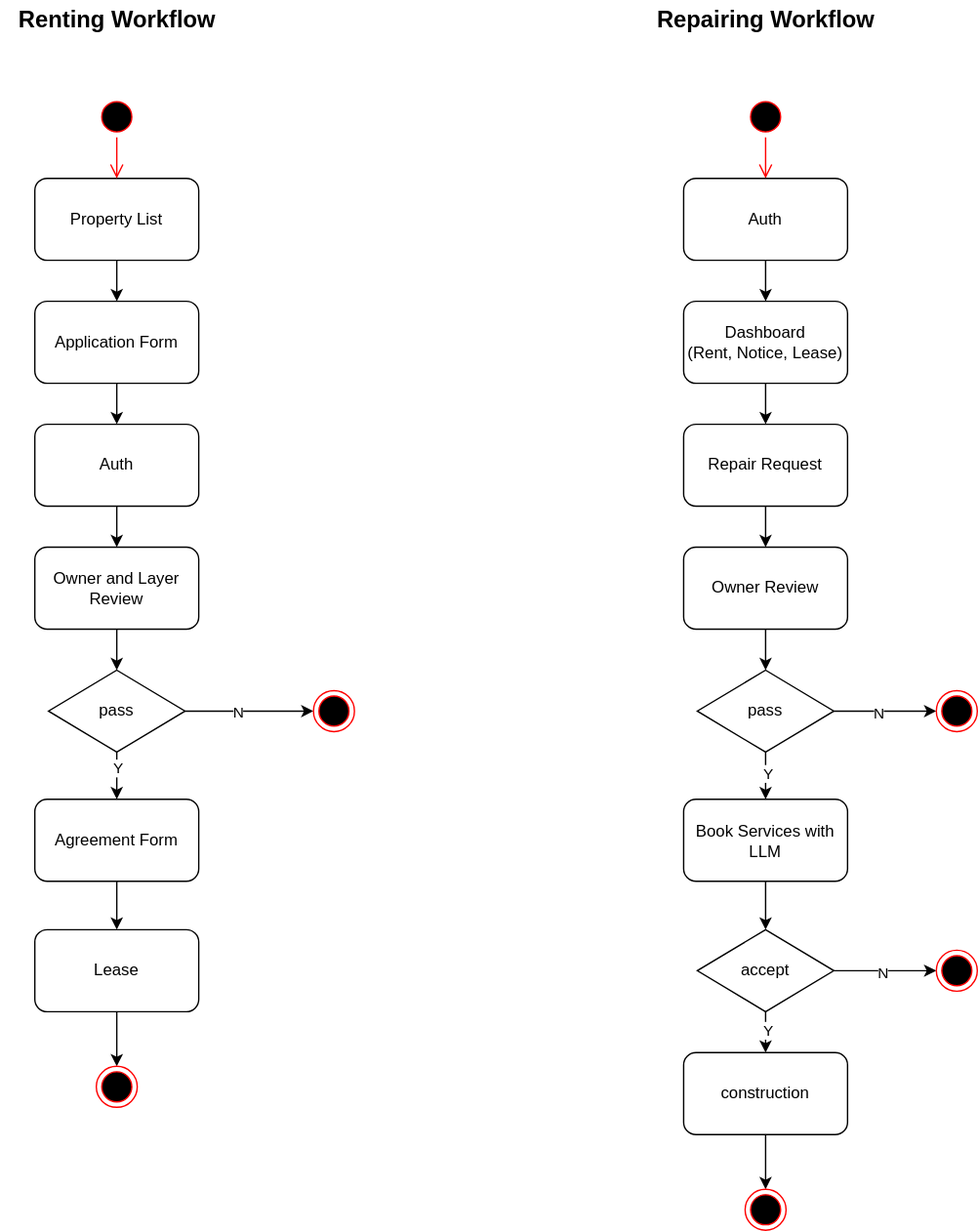
This is docs/workflow.svg from enpyth/Jadsgroup, a draw.io export, as it was before one commit. Source tidied: cells renumbered, new cells last; positions are measured from the earlier drawing's top-left corner, leaving out a move shared by most shapes. The source it was exported from:
```xml
<mxGraphModel>
  <root>
    <mxCell id="0" />
    <mxCell id="1" parent="0" />
    <mxCell id="2" style="edgeStyle=orthogonalEdgeStyle;rounded=0;jettySize=auto;html=1;" parent="1" edge="1" source="3" target="5">
      <mxGeometry relative="1" as="geometry" />
    </mxCell>
    <mxCell id="3" value="Property List" style="rounded=1;whiteSpace=wrap;html=1;" parent="1" vertex="1">
      <mxGeometry x="25" y="130" width="120" height="60" as="geometry" />
    </mxCell>
    <mxCell id="4" style="edgeStyle=orthogonalEdgeStyle;rounded=0;jettySize=auto;html=1;" parent="1" edge="1" source="5" target="7">
      <mxGeometry relative="1" as="geometry" />
    </mxCell>
    <mxCell id="5" value="Application Form" style="rounded=1;whiteSpace=wrap;html=1;" parent="1" vertex="1">
      <mxGeometry x="25" y="220" width="120" height="60" as="geometry" />
    </mxCell>
    <mxCell id="6" style="edgeStyle=orthogonalEdgeStyle;rounded=0;jettySize=auto;html=1;" parent="1" edge="1" source="7" target="9">
      <mxGeometry relative="1" as="geometry" />
    </mxCell>
    <mxCell id="7" value="Auth" style="rounded=1;whiteSpace=wrap;html=1;" parent="1" vertex="1">
      <mxGeometry x="25" y="310" width="120" height="60" as="geometry" />
    </mxCell>
    <mxCell id="8" style="edgeStyle=orthogonalEdgeStyle;rounded=0;jettySize=auto;html=1;" parent="1" edge="1" source="9" target="14">
      <mxGeometry relative="1" as="geometry" />
    </mxCell>
    <mxCell id="9" value="Owner and Layer Review" style="rounded=1;whiteSpace=wrap;html=1;" parent="1" vertex="1">
      <mxGeometry x="25" y="400" width="120" height="60" as="geometry" />
    </mxCell>
    <mxCell id="10" style="edgeStyle=orthogonalEdgeStyle;rounded=0;jettySize=auto;html=1;" parent="1" edge="1" source="14" target="16">
      <mxGeometry relative="1" as="geometry" />
    </mxCell>
    <mxCell id="11" value="Y" style="edgeLabel;html=1;align=center;verticalAlign=middle;" parent="10" vertex="1">
      <mxGeometry x="-0.52" relative="1" as="geometry" />
    </mxCell>
    <mxCell id="12" style="edgeStyle=orthogonalEdgeStyle;rounded=0;jettySize=auto;html=1;" parent="1" edge="1" source="14" target="19">
      <mxGeometry relative="1" as="geometry" />
    </mxCell>
    <mxCell id="13" value="N" style="edgeLabel;html=1;align=center;verticalAlign=middle;" parent="12" vertex="1">
      <mxGeometry x="-0.17" relative="1" as="geometry" />
    </mxCell>
    <mxCell id="14" value="pass" style="rhombus;whiteSpace=wrap;html=1;" parent="1" vertex="1">
      <mxGeometry x="35" y="490" width="100" height="60" as="geometry" />
    </mxCell>
    <mxCell id="15" style="edgeStyle=orthogonalEdgeStyle;rounded=0;jettySize=auto;html=1;" parent="1" edge="1" source="16" target="18">
      <mxGeometry relative="1" as="geometry" />
    </mxCell>
    <mxCell id="16" value="Agreement Form" style="rounded=1;whiteSpace=wrap;html=1;" parent="1" vertex="1">
      <mxGeometry x="25" y="584.5" width="120" height="60" as="geometry" />
    </mxCell>
    <mxCell id="17" style="edgeStyle=orthogonalEdgeStyle;rounded=0;jettySize=auto;html=1;" parent="1" edge="1" source="18" target="22">
      <mxGeometry relative="1" as="geometry" />
    </mxCell>
    <mxCell id="18" value="Lease" style="rounded=1;whiteSpace=wrap;html=1;" parent="1" vertex="1">
      <mxGeometry x="25" y="680" width="120" height="60" as="geometry" />
    </mxCell>
    <mxCell id="19" style="ellipse;html=1;shape=endState;fillColor=#000000;strokeColor=#ff0000;" parent="1" vertex="1">
      <mxGeometry x="229" y="505" width="30" height="30" as="geometry" />
    </mxCell>
    <mxCell id="20" style="ellipse;html=1;shape=startState;fillColor=#000000;strokeColor=#ff0000;" parent="1" vertex="1">
      <mxGeometry x="70" y="70" width="30" height="30" as="geometry" />
    </mxCell>
    <mxCell id="21" style="edgeStyle=orthogonalEdgeStyle;html=1;verticalAlign=bottom;endArrow=open;endSize=8;strokeColor=#ff0000;rounded=0;entryX=0.5;entryY=0;entryDx=0;entryDy=0;" parent="1" edge="1" source="20" target="3">
      <mxGeometry relative="1" as="geometry" />
    </mxCell>
    <mxCell id="22" style="ellipse;html=1;shape=endState;fillColor=#000000;strokeColor=#ff0000;" parent="1" vertex="1">
      <mxGeometry x="70" y="780" width="30" height="30" as="geometry" />
    </mxCell>
    <mxCell id="23" style="ellipse;html=1;shape=startState;fillColor=#000000;strokeColor=#ff0000;" parent="1" vertex="1">
      <mxGeometry x="545" y="70" width="30" height="30" as="geometry" />
    </mxCell>
    <mxCell id="24" style="edgeStyle=orthogonalEdgeStyle;html=1;verticalAlign=bottom;endArrow=open;endSize=8;strokeColor=#ff0000;rounded=0;entryX=0.5;entryY=0;entryDx=0;entryDy=0;" parent="1" edge="1" source="23" target="26">
      <mxGeometry relative="1" as="geometry" />
    </mxCell>
    <mxCell id="25" style="edgeStyle=orthogonalEdgeStyle;rounded=0;jettySize=auto;html=1;" parent="1" edge="1" source="26" target="28">
      <mxGeometry relative="1" as="geometry" />
    </mxCell>
    <mxCell id="26" value="Auth" style="rounded=1;whiteSpace=wrap;html=1;" parent="1" vertex="1">
      <mxGeometry x="500" y="130" width="120" height="60" as="geometry" />
    </mxCell>
    <mxCell id="27" style="edgeStyle=orthogonalEdgeStyle;rounded=0;jettySize=auto;html=1;" parent="1" edge="1" source="28" target="30">
      <mxGeometry relative="1" as="geometry" />
    </mxCell>
    <mxCell id="28" value="Dashboard&lt;br&gt;(Rent, Notice, Lease)" style="rounded=1;whiteSpace=wrap;html=1;" parent="1" vertex="1">
      <mxGeometry x="500" y="220" width="120" height="60" as="geometry" />
    </mxCell>
    <mxCell id="29" style="edgeStyle=orthogonalEdgeStyle;rounded=0;jettySize=auto;html=1;" parent="1" edge="1" source="30" target="32">
      <mxGeometry relative="1" as="geometry" />
    </mxCell>
    <mxCell id="30" value="Repair Request" style="rounded=1;whiteSpace=wrap;html=1;" parent="1" vertex="1">
      <mxGeometry x="500" y="310" width="120" height="60" as="geometry" />
    </mxCell>
    <mxCell id="31" style="edgeStyle=orthogonalEdgeStyle;rounded=0;jettySize=auto;html=1;" parent="1" edge="1" source="32" target="37">
      <mxGeometry relative="1" as="geometry" />
    </mxCell>
    <mxCell id="32" value="Owner Review" style="rounded=1;whiteSpace=wrap;html=1;" parent="1" vertex="1">
      <mxGeometry x="500" y="400" width="120" height="60" as="geometry" />
    </mxCell>
    <mxCell id="33" style="edgeStyle=orthogonalEdgeStyle;rounded=0;jettySize=auto;html=1;" parent="1" edge="1" source="37" target="38">
      <mxGeometry relative="1" as="geometry" />
    </mxCell>
    <mxCell id="34" value="N" style="edgeLabel;html=1;align=center;verticalAlign=middle;" parent="33" vertex="1">
      <mxGeometry x="-0.12" relative="1" as="geometry">
        <mxPoint y="1" as="offset" />
      </mxGeometry>
    </mxCell>
    <mxCell id="35" style="edgeStyle=orthogonalEdgeStyle;rounded=0;jettySize=auto;html=1;" parent="1" edge="1" source="37" target="40">
      <mxGeometry relative="1" as="geometry" />
    </mxCell>
    <mxCell id="36" value="Y" style="edgeLabel;html=1;align=center;verticalAlign=middle;" parent="35" vertex="1">
      <mxGeometry x="-0.37" y="1" relative="1" as="geometry" />
    </mxCell>
    <mxCell id="37" value="pass" style="rhombus;whiteSpace=wrap;html=1;" parent="1" vertex="1">
      <mxGeometry x="510" y="490" width="100" height="60" as="geometry" />
    </mxCell>
    <mxCell id="38" style="ellipse;html=1;shape=endState;fillColor=#000000;strokeColor=#ff0000;" parent="1" vertex="1">
      <mxGeometry x="685" y="505" width="30" height="30" as="geometry" />
    </mxCell>
    <mxCell id="39" style="edgeStyle=orthogonalEdgeStyle;rounded=0;jettySize=auto;html=1;" parent="1" edge="1" source="40" target="45">
      <mxGeometry relative="1" as="geometry" />
    </mxCell>
    <mxCell id="40" value="Book Services with LLM" style="rounded=1;whiteSpace=wrap;html=1;" parent="1" vertex="1">
      <mxGeometry x="500" y="584.5" width="120" height="60" as="geometry" />
    </mxCell>
    <mxCell id="41" style="edgeStyle=orthogonalEdgeStyle;rounded=0;jettySize=auto;html=1;" parent="1" edge="1" source="45" target="46">
      <mxGeometry relative="1" as="geometry" />
    </mxCell>
    <mxCell id="42" value="N" style="edgeLabel;html=1;align=center;verticalAlign=middle;" parent="41" vertex="1">
      <mxGeometry x="-0.07" relative="1" as="geometry">
        <mxPoint y="1" as="offset" />
      </mxGeometry>
    </mxCell>
    <mxCell id="43" style="edgeStyle=orthogonalEdgeStyle;rounded=0;jettySize=auto;html=1;" parent="1" edge="1" source="45" target="48">
      <mxGeometry relative="1" as="geometry" />
    </mxCell>
    <mxCell id="44" value="Y" style="edgeLabel;html=1;align=center;verticalAlign=middle;" parent="43" vertex="1">
      <mxGeometry x="0.33" y="1" relative="1" as="geometry" />
    </mxCell>
    <mxCell id="45" value="accept" style="rhombus;whiteSpace=wrap;html=1;" parent="1" vertex="1">
      <mxGeometry x="510" y="680" width="100" height="60" as="geometry" />
    </mxCell>
    <mxCell id="46" style="ellipse;html=1;shape=endState;fillColor=#000000;strokeColor=#ff0000;" parent="1" vertex="1">
      <mxGeometry x="685" y="695" width="30" height="30" as="geometry" />
    </mxCell>
    <mxCell id="47" style="edgeStyle=orthogonalEdgeStyle;rounded=0;jettySize=auto;html=1;" parent="1" edge="1" source="48" target="49">
      <mxGeometry relative="1" as="geometry" />
    </mxCell>
    <mxCell id="48" value="construction" style="rounded=1;whiteSpace=wrap;html=1;" parent="1" vertex="1">
      <mxGeometry x="500" y="770" width="120" height="60" as="geometry" />
    </mxCell>
    <mxCell id="49" style="ellipse;html=1;shape=endState;fillColor=#000000;strokeColor=#ff0000;" parent="1" vertex="1">
      <mxGeometry x="545" y="870" width="30" height="30" as="geometry" />
    </mxCell>
    <mxCell id="50" value="&lt;font style=&quot;font-size: 17px;&quot;&gt;&lt;b&gt;Renting Workflow&lt;/b&gt;&lt;/font&gt;" style="text;html=1;align=center;verticalAlign=middle;strokeColor=none;fillColor=none;" parent="1" vertex="1">
      <mxGeometry width="170" height="30" as="geometry" />
    </mxCell>
    <mxCell id="51" value="&lt;font style=&quot;font-size: 17px;&quot;&gt;&lt;b&gt;Repairing Workflow&lt;/b&gt;&lt;/font&gt;" style="text;html=1;align=center;verticalAlign=middle;strokeColor=none;fillColor=none;" parent="1" vertex="1">
      <mxGeometry x="470" width="180" height="30" as="geometry" />
    </mxCell>
  </root>
</mxGraphModel>
```
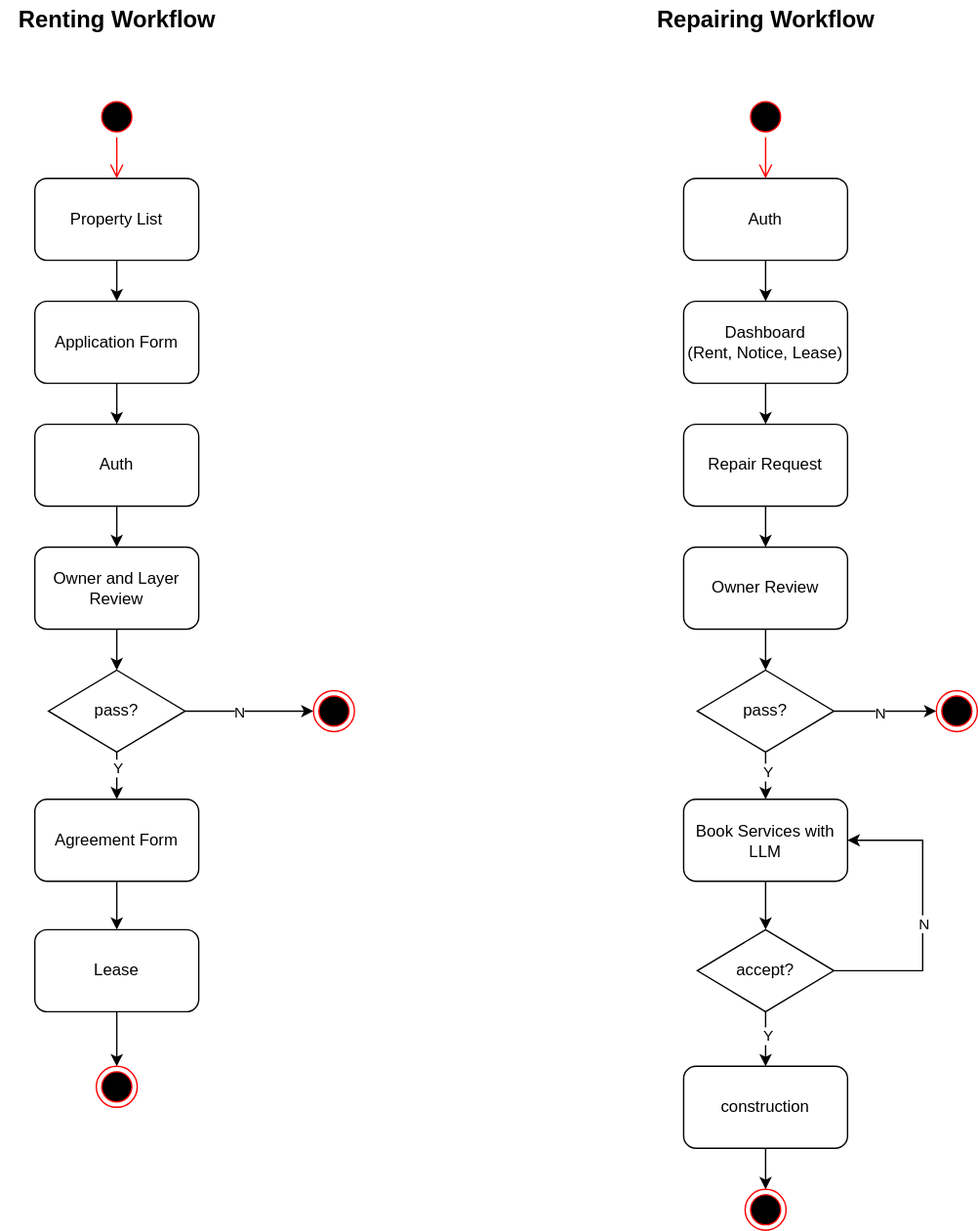
The same diagram one commit later.

The edit, as a diff of the source:
```diff
@@ -38,7 +38,7 @@
     <mxCell id="13" value="N" style="edgeLabel;html=1;align=center;verticalAlign=middle;" parent="12" vertex="1">
       <mxGeometry x="-0.17" relative="1" as="geometry" />
     </mxCell>
-    <mxCell id="14" value="pass" style="rhombus;whiteSpace=wrap;html=1;" parent="1" vertex="1">
+    <mxCell id="14" value="pass?" style="rhombus;whiteSpace=wrap;html=1;" parent="1" vertex="1">
       <mxGeometry x="35" y="490" width="100" height="60" as="geometry" />
     </mxCell>
     <mxCell id="15" style="edgeStyle=orthogonalEdgeStyle;rounded=0;jettySize=auto;html=1;" parent="1" edge="1" source="16" target="18">
@@ -109,7 +109,7 @@
     <mxCell id="36" value="Y" style="edgeLabel;html=1;align=center;verticalAlign=middle;" parent="35" vertex="1">
       <mxGeometry x="-0.37" y="1" relative="1" as="geometry" />
     </mxCell>
-    <mxCell id="37" value="pass" style="rhombus;whiteSpace=wrap;html=1;" parent="1" vertex="1">
+    <mxCell id="37" value="pass?" style="rhombus;whiteSpace=wrap;html=1;" parent="1" vertex="1">
       <mxGeometry x="510" y="490" width="100" height="60" as="geometry" />
     </mxCell>
     <mxCell id="38" style="ellipse;html=1;shape=endState;fillColor=#000000;strokeColor=#ff0000;" parent="1" vertex="1">
@@ -121,8 +121,13 @@
     <mxCell id="40" value="Book Services with LLM" style="rounded=1;whiteSpace=wrap;html=1;" parent="1" vertex="1">
       <mxGeometry x="500" y="584.5" width="120" height="60" as="geometry" />
     </mxCell>
-    <mxCell id="41" style="edgeStyle=orthogonalEdgeStyle;rounded=0;jettySize=auto;html=1;" parent="1" edge="1" source="45" target="46">
-      <mxGeometry relative="1" as="geometry" />
+    <mxCell id="41" style="edgeStyle=orthogonalEdgeStyle;rounded=0;jettySize=auto;html=1;entryX=1;entryY=0.5;entryDx=0;entryDy=0;" parent="1" edge="1" source="45" target="40">
+      <mxGeometry relative="1" as="geometry">
+        <Array as="points">
+          <mxPoint x="675" y="710" />
+          <mxPoint x="675" y="615" />
+        </Array>
+      </mxGeometry>
     </mxCell>
     <mxCell id="42" value="N" style="edgeLabel;html=1;align=center;verticalAlign=middle;" parent="41" vertex="1">
       <mxGeometry x="-0.07" relative="1" as="geometry">
@@ -133,19 +138,16 @@
       <mxGeometry relative="1" as="geometry" />
     </mxCell>
     <mxCell id="44" value="Y" style="edgeLabel;html=1;align=center;verticalAlign=middle;" parent="43" vertex="1">
-      <mxGeometry x="0.33" y="1" relative="1" as="geometry" />
+      <mxGeometry x="-0.15" y="1" relative="1" as="geometry" />
     </mxCell>
-    <mxCell id="45" value="accept" style="rhombus;whiteSpace=wrap;html=1;" parent="1" vertex="1">
+    <mxCell id="45" value="accept?" style="rhombus;whiteSpace=wrap;html=1;" parent="1" vertex="1">
       <mxGeometry x="510" y="680" width="100" height="60" as="geometry" />
     </mxCell>
-    <mxCell id="46" style="ellipse;html=1;shape=endState;fillColor=#000000;strokeColor=#ff0000;" parent="1" vertex="1">
-      <mxGeometry x="685" y="695" width="30" height="30" as="geometry" />
-    </mxCell>
     <mxCell id="47" style="edgeStyle=orthogonalEdgeStyle;rounded=0;jettySize=auto;html=1;" parent="1" edge="1" source="48" target="49">
       <mxGeometry relative="1" as="geometry" />
     </mxCell>
     <mxCell id="48" value="construction" style="rounded=1;whiteSpace=wrap;html=1;" parent="1" vertex="1">
-      <mxGeometry x="500" y="770" width="120" height="60" as="geometry" />
+      <mxGeometry x="500" y="780" width="120" height="60" as="geometry" />
     </mxCell>
     <mxCell id="49" style="ellipse;html=1;shape=endState;fillColor=#000000;strokeColor=#ff0000;" parent="1" vertex="1">
       <mxGeometry x="545" y="870" width="30" height="30" as="geometry" />
```
